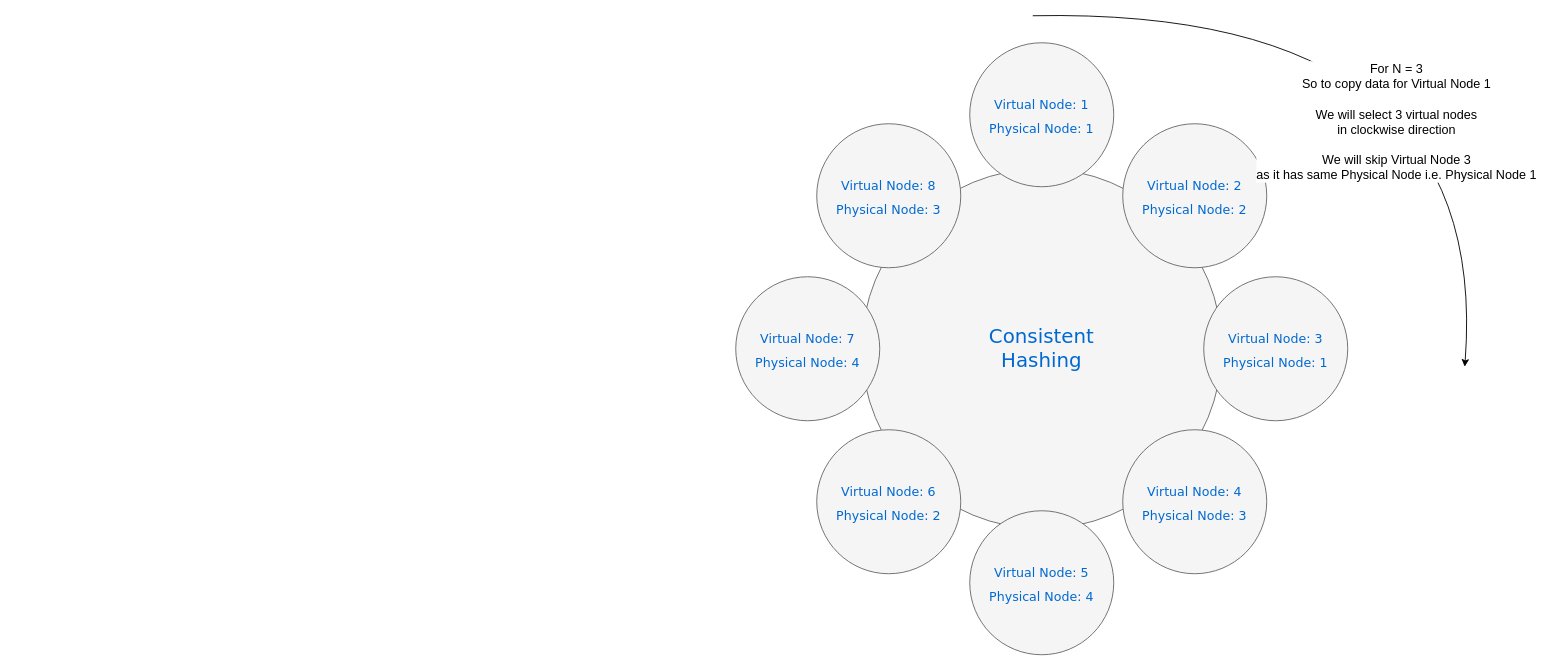
The draw.io diagram System-Design/Key-Value Store/Replication.drawio in ashishranjandev/interview-wiki, before the edit. Source tidied: cells renumbered, new cells numbered last; positions are measured from the earlier drawing's top-left corner, leaving out a move shared by most shapes. Both pictures are drawn from the tidied source at 90%, with x=0, y=0 at pixel (735, 6).
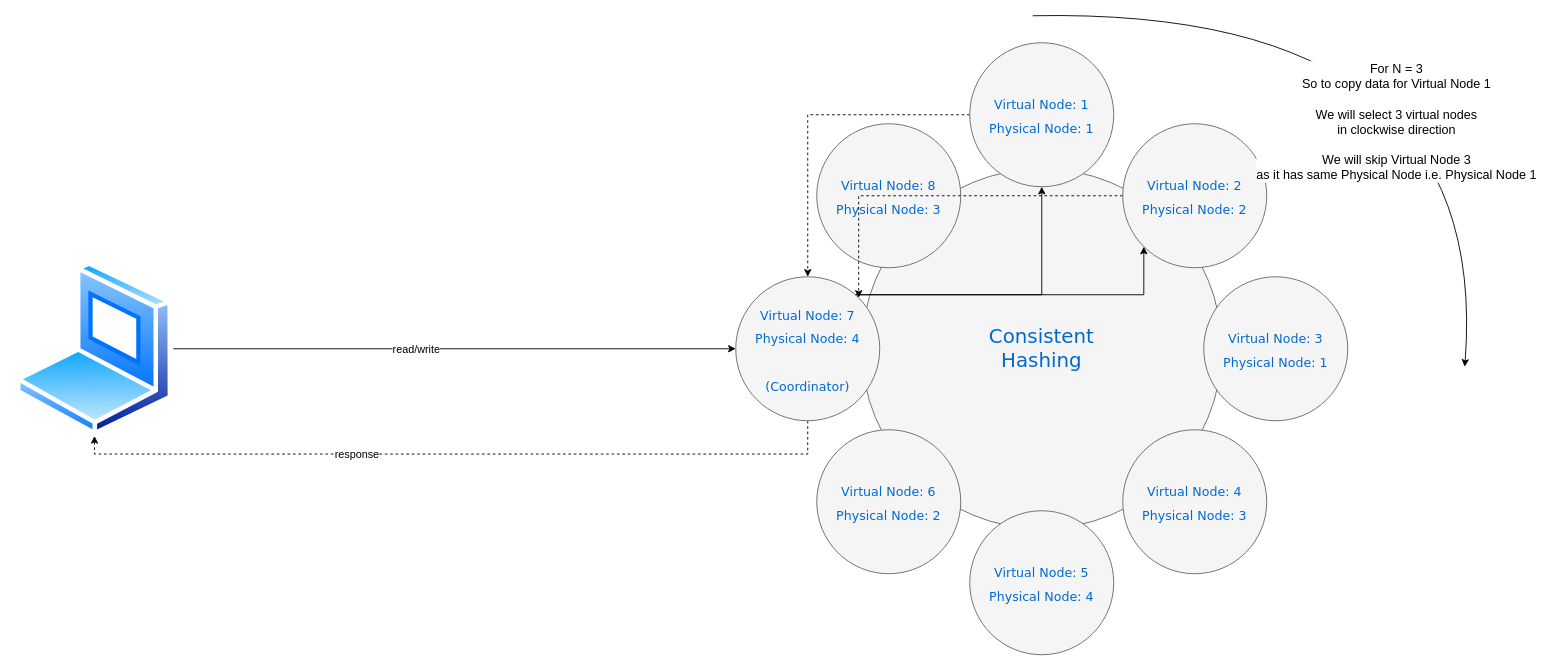
Above is the later version.

Commit message (it also covers changes not shown here):
Added Diagrams for News feed

The change refers to these unchanged cells:
```xml
<mxCell id="3" value="&lt;font style=&quot;font-size: 14px&quot;&gt;Virtual Node: 1&lt;br&gt;Physical Node: 1&lt;br&gt;&lt;/font&gt;" style="ellipse;whiteSpace=wrap;html=1;rounded=0;shadow=0;dashed=0;comic=0;fontFamily=Verdana;fontSize=22;fontColor=#0069D1;fillColor=#f5f5f5;strokeColor=#666666;" parent="1" vertex="1">
  <mxGeometry x="260" y="40" width="160" height="160" as="geometry" />
</mxCell>
<mxCell id="8" value="&lt;span style=&quot;font-size: 14px&quot;&gt;Virtual Node: 2&lt;/span&gt;&lt;br style=&quot;font-size: 14px&quot;&gt;&lt;span style=&quot;font-size: 14px&quot;&gt;Physical Node: 2&lt;/span&gt;" style="ellipse;whiteSpace=wrap;html=1;rounded=0;shadow=0;dashed=0;comic=0;fontFamily=Verdana;fontSize=22;fontColor=#0069D1;fillColor=#f5f5f5;strokeColor=#666666;" parent="1" vertex="1">
  <mxGeometry x="430" y="130" width="160" height="160" as="geometry" />
</mxCell>
```

Change to the diagram source:
```diff
@@
+    <mxCell id="13" style="edgeStyle=orthogonalEdgeStyle;rounded=0;jettySize=auto;html=1;dashed=1;" parent="1" edge="1" source="3" target="6">
+      <mxGeometry relative="1" as="geometry" />
+    </mxCell>
@@
+    <mxCell id="14" style="edgeStyle=orthogonalEdgeStyle;rounded=0;jettySize=auto;html=1;entryX=0.5;entryY=1;entryDx=0;entryDy=0;dashed=1;" parent="1" edge="1" source="6" target="21">
+      <mxGeometry relative="1" as="geometry">
+        <Array as="points">
+          <mxPoint x="80" y="497" />
+          <mxPoint x="-712" y="497" />
+        </Array>
+      </mxGeometry>
+    </mxCell>
+    <mxCell id="15" value="response" style="text;html=1;align=center;verticalAlign=middle;labelBackgroundColor=#ffffff;" parent="14" vertex="1">
+      <mxGeometry x="0.27" relative="1" as="geometry" />
+    </mxCell>
+    <mxCell id="16" style="edgeStyle=orthogonalEdgeStyle;rounded=0;jettySize=auto;html=1;" parent="1" edge="1" source="6" target="3">
+      <mxGeometry relative="1" as="geometry">
+        <Array as="points">
+          <mxPoint x="340" y="320" />
+        </Array>
+      </mxGeometry>
+    </mxCell>
+    <mxCell id="17" style="edgeStyle=orthogonalEdgeStyle;rounded=0;jettySize=auto;html=1;entryX=0;entryY=1;entryDx=0;entryDy=0;" parent="1" edge="1" source="6" target="8">
+      <mxGeometry relative="1" as="geometry">
+        <Array as="points">
+          <mxPoint x="453" y="320" />
+        </Array>
+      </mxGeometry>
+    </mxCell>
-    <mxCell id="6" value="&lt;span style=&quot;font-size: 14px&quot;&gt;Virtual Node: 7&lt;/span&gt;&lt;br style=&quot;font-size: 14px&quot;&gt;&lt;span style=&quot;font-size: 14px&quot;&gt;Physical Node: 4&lt;/span&gt;" style="ellipse;whiteSpace=wrap;html=1;rounded=0;shadow=0;dashed=0;comic=0;fontFamily=Verdana;fontSize=22;fontColor=#0069D1;fillColor=#f5f5f5;strokeColor=#666666;" parent="1" vertex="1">
+    <mxCell id="6" value="&lt;span style=&quot;font-size: 14px&quot;&gt;Virtual Node: 7&lt;/span&gt;&lt;br style=&quot;font-size: 14px&quot;&gt;&lt;span style=&quot;font-size: 14px&quot;&gt;Physical Node: 4&lt;br&gt;&lt;br&gt;(Coordinator)&lt;br&gt;&lt;/span&gt;" style="ellipse;whiteSpace=wrap;html=1;rounded=0;shadow=0;dashed=0;comic=0;fontFamily=Verdana;fontSize=22;fontColor=#0069D1;fillColor=#f5f5f5;strokeColor=#666666;" parent="1" vertex="1">
       <mxGeometry y="300" width="160" height="160" as="geometry" />
     </mxCell>
@@
+    <mxCell id="18" style="edgeStyle=orthogonalEdgeStyle;rounded=0;jettySize=auto;html=1;entryX=1;entryY=0;entryDx=0;entryDy=0;dashed=1;" parent="1" edge="1" source="8" target="6">
+      <mxGeometry relative="1" as="geometry" />
+    </mxCell>
@@
+    <mxCell id="19" style="edgeStyle=orthogonalEdgeStyle;rounded=0;jettySize=auto;html=1;entryX=0;entryY=0.5;entryDx=0;entryDy=0;" parent="1" edge="1" source="21" target="6">
+      <mxGeometry relative="1" as="geometry" />
+    </mxCell>
+    <mxCell id="20" value="read/write&lt;br&gt;" style="text;html=1;align=center;verticalAlign=middle;labelBackgroundColor=#ffffff;" parent="19" vertex="1">
+      <mxGeometry x="-0.14" relative="1" as="geometry" />
+    </mxCell>
+    <mxCell id="21" style="perimeter=ellipsePerimeter;html=1;align=center;shadow=0;dashed=0;spacingTop=3;image;image=img/lib/active_directory/laptop_client.svg;" parent="1" vertex="1">
+      <mxGeometry x="-800" y="283" width="175" height="194" as="geometry" />
+    </mxCell>
```
